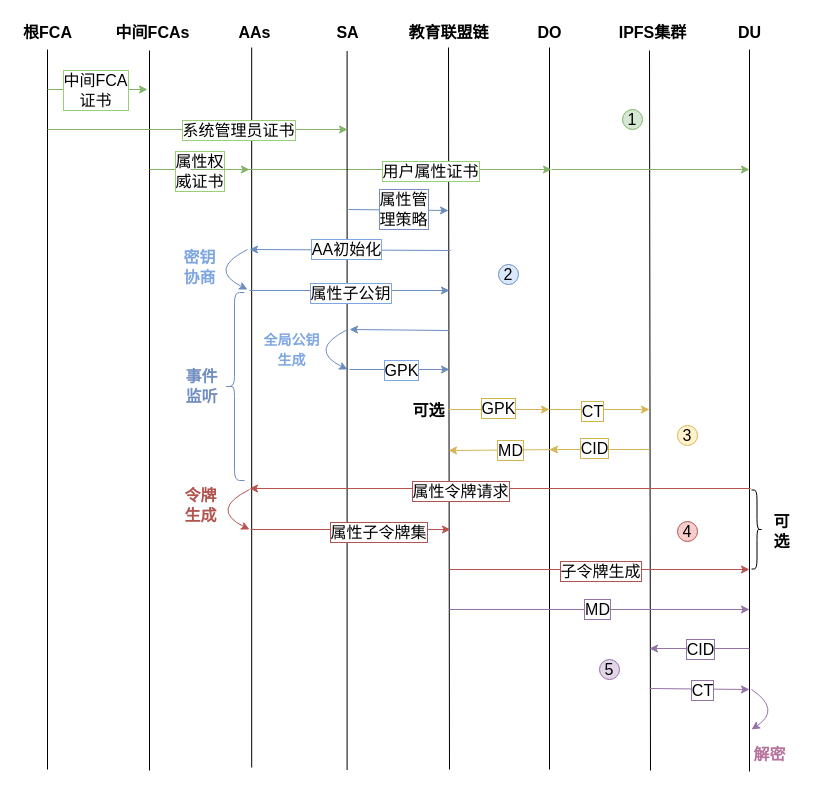
This is 教育流程图2.5间隔.drawio from Mr-doublehappines/httpServer, a draw.io file, before an edit. Source tidied: cells renumbered, new cells numbered last; positions are measured from the earlier drawing's top-left corner, leaving out a move shared by most shapes. Both pictures are drawn from the tidied source at 100%, with x=0, y=0 at pixel (17, 17).
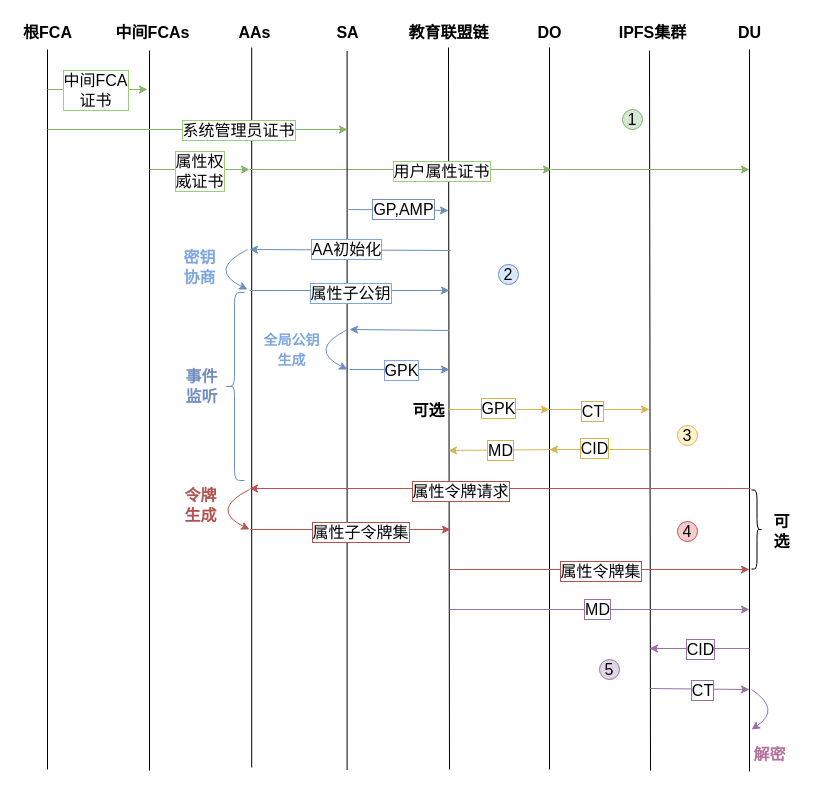
The same page after the edit.

Commit message:
更新教育流程图2.5间隔.drawio

Unchanged cells that the change refers to:
```xml
<mxCell id="27" style="endArrow=classic;html=1;rounded=0;labelBorderColor=default;fontSize=16;fontFamily=宋体;fillColor=#dae8fc;strokeColor=#6c8ebf;fontColor=default;" parent="1" edge="1">
  <mxGeometry relative="1" as="geometry">
    <mxPoint x="331" y="192" as="sourcePoint" />
    <mxPoint x="431" y="193" as="targetPoint" />
  </mxGeometry>
</mxCell>
<mxCell id="40" style="endArrow=classic;html=1;rounded=0;labelBorderColor=default;fontSize=16;fontFamily=宋体;fillColor=#f8cecc;strokeColor=#b85450;fontColor=default;" parent="1" edge="1">
  <mxGeometry relative="1" as="geometry">
    <mxPoint x="233" y="512" as="sourcePoint" />
    <mxPoint x="433" y="512" as="targetPoint" />
  </mxGeometry>
</mxCell>
<mxCell id="42" style="endArrow=classic;html=1;rounded=0;labelBorderColor=default;fontSize=16;fontFamily=宋体;fillColor=#f8cecc;strokeColor=#b85450;fontColor=default;" parent="1" edge="1">
  <mxGeometry relative="1" as="geometry">
    <mxPoint x="432" y="552" as="sourcePoint" />
    <mxPoint x="732" y="552" as="targetPoint" />
  </mxGeometry>
</mxCell>
<mxCell id="48" style="endArrow=classic;html=1;rounded=0;labelBorderColor=default;fontSize=16;fontFamily=宋体;fillColor=#fff2cc;strokeColor=#d6b656;fontColor=default;" parent="1" edge="1">
  <mxGeometry relative="1" as="geometry">
    <mxPoint x="551" y="432" as="sourcePoint" />
    <mxPoint x="431" y="433" as="targetPoint" />
  </mxGeometry>
</mxCell>
```

The edit, as a diff of the source:
```diff
@@
     <mxCell id="20" style="endArrow=classic;html=1;rounded=0;labelBorderColor=default;fontSize=16;fontFamily=宋体;fontColor=#000000;fillColor=#d5e8d4;strokeColor=#82b366;" parent="1" edge="1">
       <mxGeometry relative="1" as="geometry">
-        <mxPoint x="173" y="152" as="sourcePoint" />
+        <mxPoint x="232" y="152" as="sourcePoint" />
         <mxPoint x="534" y="152" as="targetPoint" />
       </mxGeometry>
     </mxCell>
@@
-    <mxCell id="28" value="属性管&lt;div&gt;理策略&lt;/div&gt;" style="edgeLabel;html=1;align=center;verticalAlign=middle;labelBorderColor=#758ec3;fontSize=16;fontFamily=宋体;fontColor=default;" parent="27" vertex="1">
+    <mxCell id="28" value="GP,AMP" style="edgeLabel;html=1;align=center;verticalAlign=middle;labelBorderColor=#758ec3;fontSize=16;fontFamily=宋体;fontColor=default;" parent="27" vertex="1">
       <mxGeometry x="-0.02" y="1" relative="1" as="geometry">
         <mxPoint x="5" as="offset" />
       </mxGeometry>
     </mxCell>
@@
     <mxCell id="41" value="属性子令牌集" style="edgeLabel;html=1;align=center;verticalAlign=middle;labelBorderColor=#b1534e;fontSize=16;fontFamily=宋体;fontColor=default;" parent="40" vertex="1">
       <mxGeometry x="-0.42" relative="1" as="geometry">
-        <mxPoint x="69" y="2" as="offset" />
+        <mxPoint x="51" y="2" as="offset" />
       </mxGeometry>
     </mxCell>
@@
-    <mxCell id="43" value="子令牌生成" style="edgeLabel;html=1;align=center;verticalAlign=middle;labelBorderColor=#b1534e;fontSize=16;fontFamily=宋体;fontColor=default;" parent="42" vertex="1">
+    <mxCell id="43" value="属性令牌集" style="edgeLabel;html=1;align=center;verticalAlign=middle;labelBorderColor=#b1534e;fontSize=16;fontFamily=宋体;fontColor=default;" parent="42" vertex="1">
       <mxGeometry y="-2" relative="1" as="geometry">
         <mxPoint y="-1" as="offset" />
       </mxGeometry>
     </mxCell>
@@
     <mxCell id="49" value="MD" style="edgeLabel;html=1;align=center;verticalAlign=middle;labelBorderColor=#d2b54e;fontSize=16;fontFamily=宋体;fontColor=default;fontStyle=0;" parent="48" vertex="1">
-      <mxGeometry x="-0.01" relative="1" as="geometry" />
+      <mxGeometry x="-0.01" relative="1" as="geometry">
+        <mxPoint x="-10" as="offset" />
+      </mxGeometry>
     </mxCell>
```
